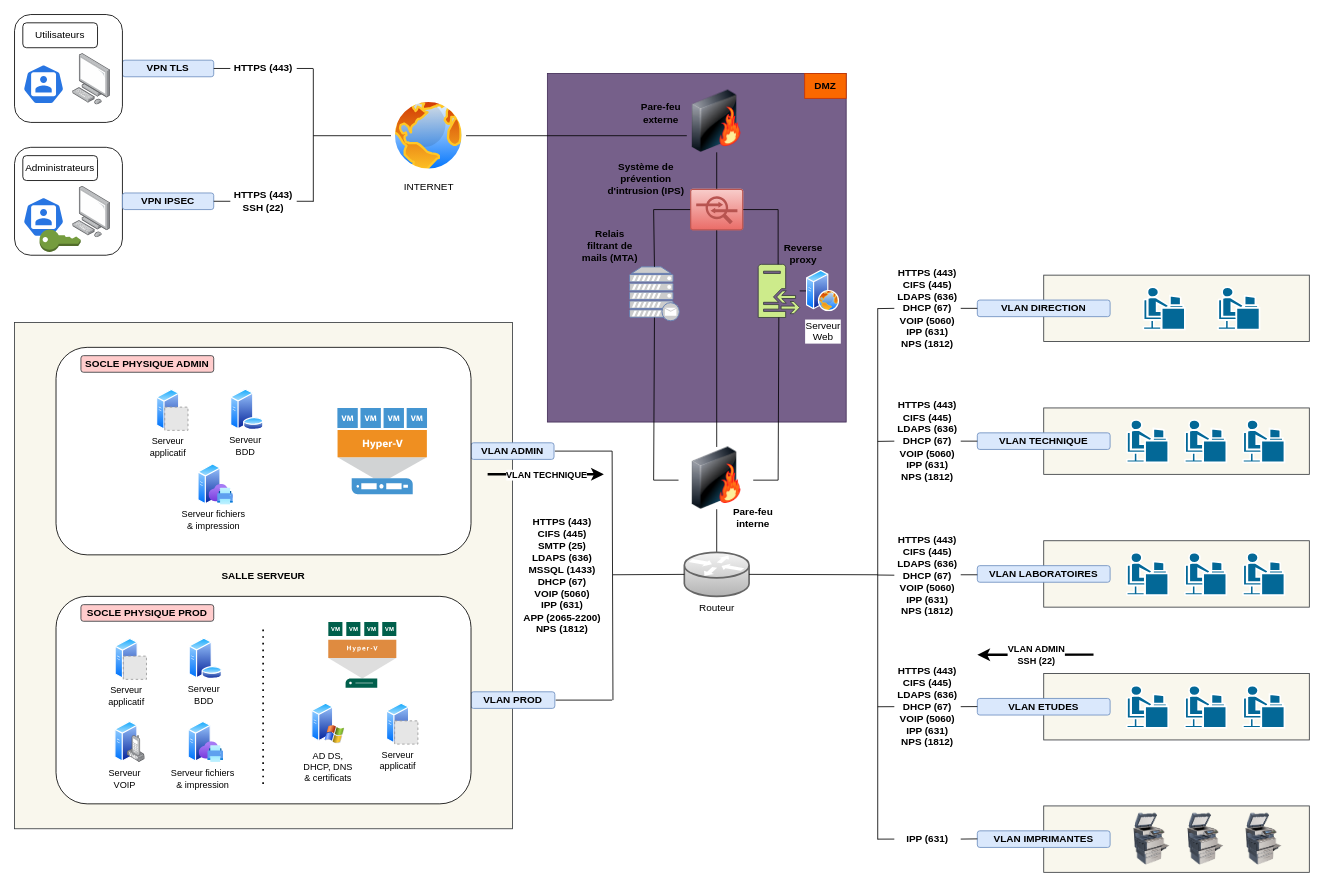
Above: p11.drawio in ecto-w/openclassrooms_ASR (draw.io), before the change. Source tidied: cells renumbered, new cells numbered last; positions are measured from the earlier drawing's top-left corner, leaving out a move shared by most shapes. Both pictures are drawn from the tidied source at 83%, with x=0, y=0 at pixel (14, 14). Pictures stored in the file or linked from it are replaced by grey dashed boxes.
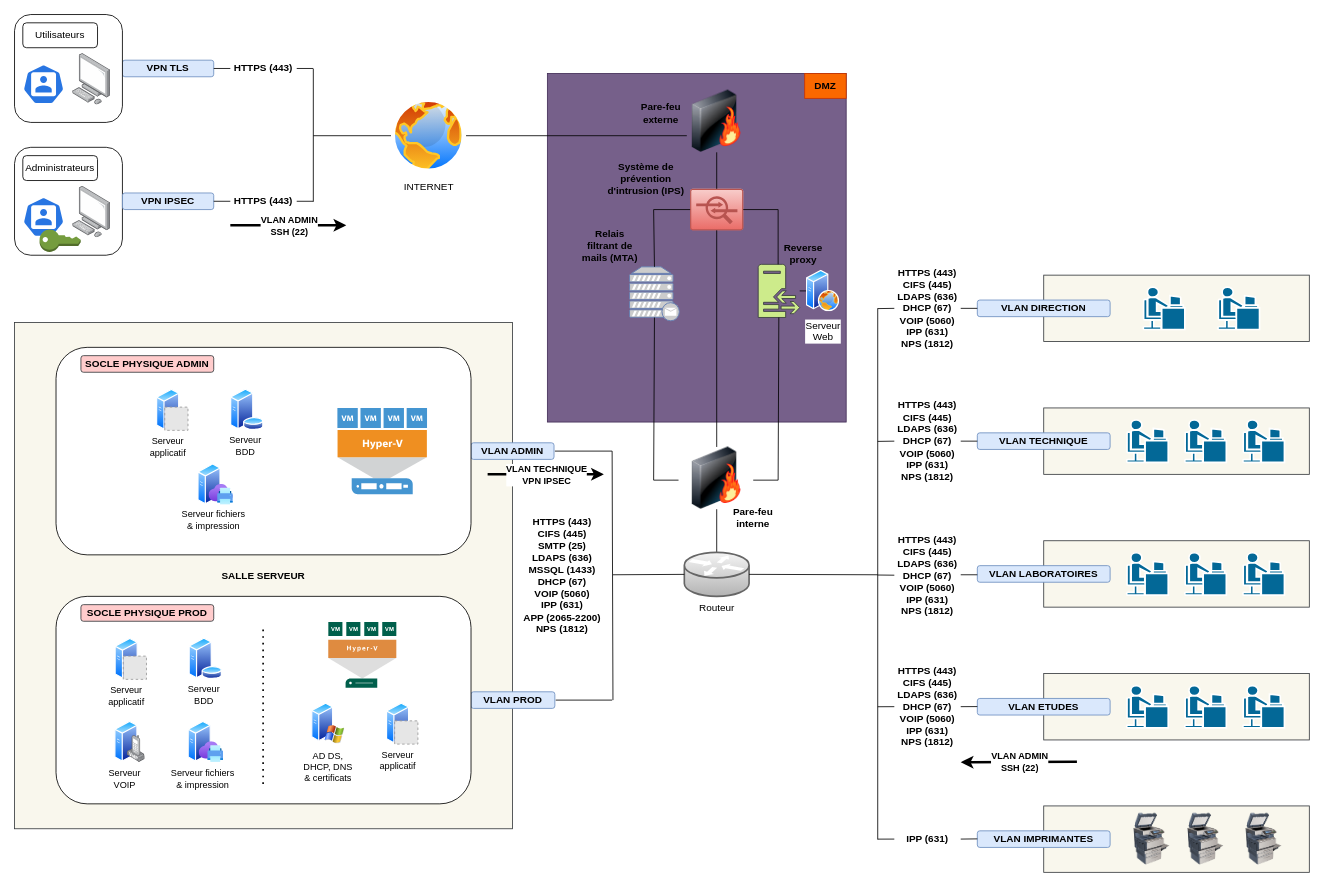
Above is the later version.

Commit message (it also covers changes not shown here):
Mettre à jour p11.drawio

Unchanged cells that the change refers to:
```xml
<mxCell id="16" value="&lt;p align=&quot;center&quot; style=&quot;line-height: 120%;&quot;&gt;&lt;/p&gt;&lt;div align=&quot;center&quot;&gt;&lt;b&gt;VPN IPSEC&lt;/b&gt;&lt;br&gt;&lt;/div&gt;&lt;p align=&quot;center&quot;&gt;&lt;/p&gt;" style="rounded=1;whiteSpace=wrap;html=1;shadow=0;glass=0;fillColor=#dae8fc;strokeColor=#6c8ebf;align=center;" parent="1" vertex="1">
  <mxGeometry x="130" y="215" width="110" height="20" as="geometry" />
</mxCell>
<mxCell id="142" style="endArrow=classic;html=1;rounded=0;strokeWidth=3;" parent="1" edge="1">
  <mxGeometry relative="1" as="geometry">
    <mxPoint x="570" y="554" as="sourcePoint" />
    <mxPoint x="710" y="554" as="targetPoint" />
  </mxGeometry>
</mxCell>
```

What changed in the source:
```diff
@@
-    <mxCell id="14" style="endArrow=none;html=1;rounded=0;exitX=1;exitY=0.5;exitDx=0;exitDy=0;strokeWidth=1;jumpStyle=gap;" parent="1" edge="1" source="88">
-      <mxGeometry relative="1" as="geometry">
-        <mxPoint x="360" y="225" as="targetPoint" />
-      </mxGeometry>
-    </mxCell>
@@
-    <mxCell id="87" style="endArrow=none;html=1;rounded=0;exitX=1;exitY=0.5;exitDx=0;exitDy=0;strokeWidth=1;jumpStyle=gap;" parent="1" edge="1" source="16" target="88">
-      <mxGeometry relative="1" as="geometry" />
-    </mxCell>
-    <mxCell id="88" value="HTTPS (443)&lt;br&gt;&lt;div&gt;SSH (22)&lt;br&gt;&lt;/div&gt;" style="text;html=1;strokeColor=none;fillColor=none;align=center;verticalAlign=middle;whiteSpace=wrap;rounded=0;fontStyle=1;" parent="1" vertex="1">
-      <mxGeometry x="260" y="200" width="80" height="50" as="geometry" />
-    </mxCell>
@@
-    <mxCell id="143" value="VLAN TECHNIQUE" style="edgeLabel;html=1;align=center;verticalAlign=middle;fontStyle=1;" parent="142" vertex="1">
+    <mxCell id="143" value="&lt;div&gt;VLAN TECHNIQUE&lt;/div&gt;&lt;div&gt;VPN IPSEC&lt;br&gt;&lt;/div&gt;" style="edgeLabel;html=1;align=center;verticalAlign=middle;fontStyle=1;" parent="142" vertex="1">
       <mxGeometry relative="1" as="geometry" />
     </mxCell>
     <mxCell id="144" style="endArrow=classic;html=1;rounded=0;strokeWidth=3;" parent="1" edge="1">
       <mxGeometry relative="1" as="geometry">
-        <mxPoint x="1300" y="771.2" as="sourcePoint" />
-        <mxPoint x="1160" y="771.5" as="targetPoint" />
+        <mxPoint x="1280" y="900.4" as="sourcePoint" />
+        <mxPoint x="1140" y="900.8" as="targetPoint" />
       </mxGeometry>
     </mxCell>
@@
+    <mxCell id="146" style="endArrow=classic;html=1;rounded=0;strokeWidth=3;" parent="1" edge="1">
+      <mxGeometry relative="1" as="geometry">
+        <mxPoint x="260" y="254" as="sourcePoint" />
+        <mxPoint x="399.7" y="254" as="targetPoint" />
+      </mxGeometry>
+    </mxCell>
+    <mxCell id="147" value="&lt;div&gt;VLAN ADMIN&lt;/div&gt;&lt;div&gt;SSH (22)&lt;br&gt;&lt;/div&gt;" style="edgeLabel;html=1;align=center;verticalAlign=middle;fontStyle=1;" parent="146" vertex="1">
+      <mxGeometry relative="1" as="geometry" />
+    </mxCell>
+    <mxCell id="148" style="endArrow=none;html=1;rounded=0;exitX=1;exitY=0.5;exitDx=0;exitDy=0;strokeWidth=1;" parent="1" edge="1" source="150">
+      <mxGeometry relative="1" as="geometry">
+        <mxPoint x="360" y="225" as="targetPoint" />
+      </mxGeometry>
+    </mxCell>
+    <mxCell id="149" style="endArrow=none;html=1;rounded=0;strokeWidth=1;exitX=1;exitY=0.5;exitDx=0;exitDy=0;" parent="1" edge="1" source="16" target="150">
+      <mxGeometry relative="1" as="geometry" />
+    </mxCell>
+    <mxCell id="150" value="HTTPS (443)" style="text;html=1;strokeColor=none;fillColor=none;align=center;verticalAlign=middle;whiteSpace=wrap;rounded=0;fontStyle=1;" parent="1" vertex="1">
+      <mxGeometry x="260" y="217.5" width="80" height="15" as="geometry" />
+    </mxCell>
```
